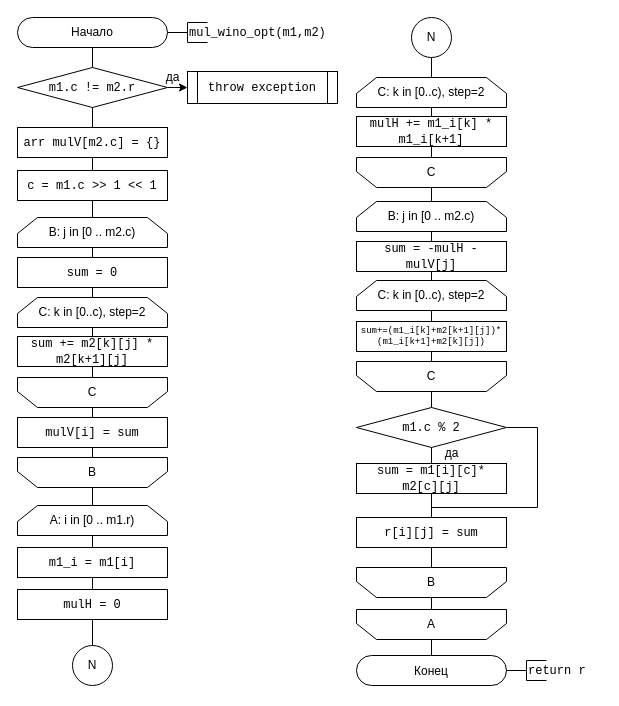
Above: page "Page-1" (1 of 2) of AA/diagram/4.drawio in lnq99/BMSTU-IU7-5SEM (draw.io), before the change. Source tidied: cells renumbered, new cells numbered last; positions are measured from the earlier drawing's top-left corner, leaving out a move shared by most shapes. Both pictures are drawn from the tidied source at 100%, with x=0, y=0 at pixel (17, 17).
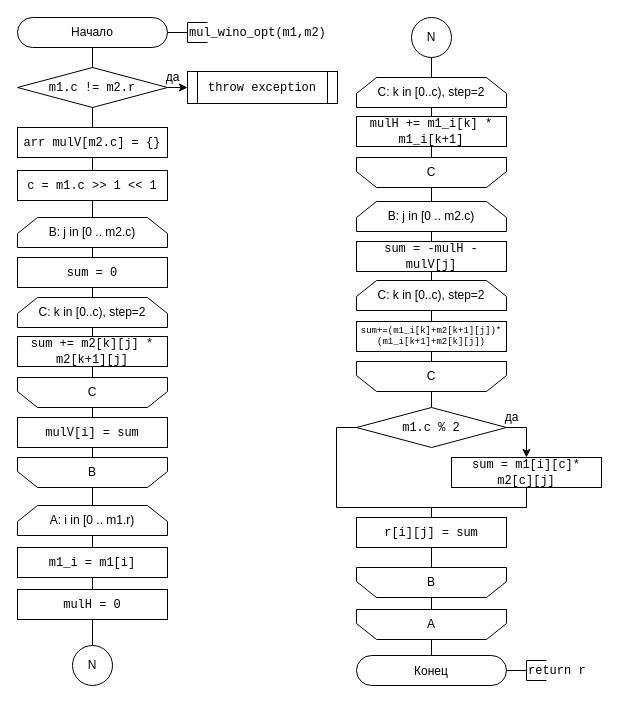
After the change.

Unchanged cells that the change refers to:
```xml
<mxCell id="56" value="&lt;font face=&quot;Courier New&quot;&gt;r[i][j] = sum&lt;br&gt;&lt;/font&gt;" style="rounded=0;whiteSpace=wrap;html=1;strokeWidth=1;fillColor=none;" parent="1" vertex="1">
  <mxGeometry x="339" y="500" width="150" height="30" as="geometry" />
</mxCell>
<mxCell id="64" value="&lt;font face=&quot;Courier New&quot;&gt;m1.c % 2&lt;/font&gt;" style="rhombus;whiteSpace=wrap;html=1;rounded=0;strokeWidth=1;fillColor=none;" parent="1" vertex="1">
  <mxGeometry x="339" y="390" width="150" height="40" as="geometry" />
</mxCell>
```

Change to the diagram source:
```diff
@@
-    <mxCell id="63" style="edgeStyle=orthogonalEdgeStyle;rounded=0;jettySize=auto;html=1;exitX=1;exitY=0.5;exitDx=0;exitDy=0;entryX=0.5;entryY=0;entryDx=0;entryDy=0;endArrow=none;endFill=0;" parent="1" edge="1" source="64" target="56">
+    <mxCell id="63" style="edgeStyle=orthogonalEdgeStyle;rounded=0;jettySize=auto;html=1;exitX=0;exitY=0.5;exitDx=0;exitDy=0;entryX=0.5;entryY=0;entryDx=0;entryDy=0;endArrow=none;endFill=0;" parent="1" edge="1" source="64" target="56">
       <mxGeometry relative="1" as="geometry">
         <Array as="points">
-          <mxPoint x="520" y="410" />
-          <mxPoint x="520" y="490" />
+          <mxPoint x="319" y="410" />
+          <mxPoint x="319" y="490" />
           <mxPoint x="414" y="490" />
         </Array>
       </mxGeometry>
     </mxCell>
+    <mxCell id="69" style="edgeStyle=orthogonalEdgeStyle;rounded=0;jettySize=auto;html=1;exitX=1;exitY=0.5;exitDx=0;exitDy=0;entryX=0.5;entryY=0;entryDx=0;entryDy=0;" parent="1" edge="1" source="64" target="68">
+      <mxGeometry relative="1" as="geometry" />
+    </mxCell>
@@
     <mxCell id="65" value="да" style="text;html=1;align=center;verticalAlign=middle;" parent="1" vertex="1">
-      <mxGeometry x="419" y="426" width="30" height="20" as="geometry" />
+      <mxGeometry x="479" y="390" width="30" height="20" as="geometry" />
     </mxCell>
-    <mxCell id="66" style="edgeStyle=orthogonalEdgeStyle;rounded=0;jettySize=auto;html=1;exitX=0.5;exitY=0;exitDx=0;exitDy=0;entryX=0.5;entryY=1;entryDx=0;entryDy=0;endArrow=none;endFill=0;" parent="1" edge="1" source="68" target="64">
-      <mxGeometry relative="1" as="geometry" />
-    </mxCell>
@@
     <mxCell id="68" value="&lt;font face=&quot;Courier New&quot;&gt;sum = m1[i][c]* m2[c][j]&lt;br&gt;&lt;/font&gt;" style="rounded=0;whiteSpace=wrap;html=1;strokeWidth=1;fillColor=none;" parent="1" vertex="1">
-      <mxGeometry x="339" y="446" width="150" height="30" as="geometry" />
+      <mxGeometry x="434" y="440" width="150" height="30" as="geometry" />
     </mxCell>
```
